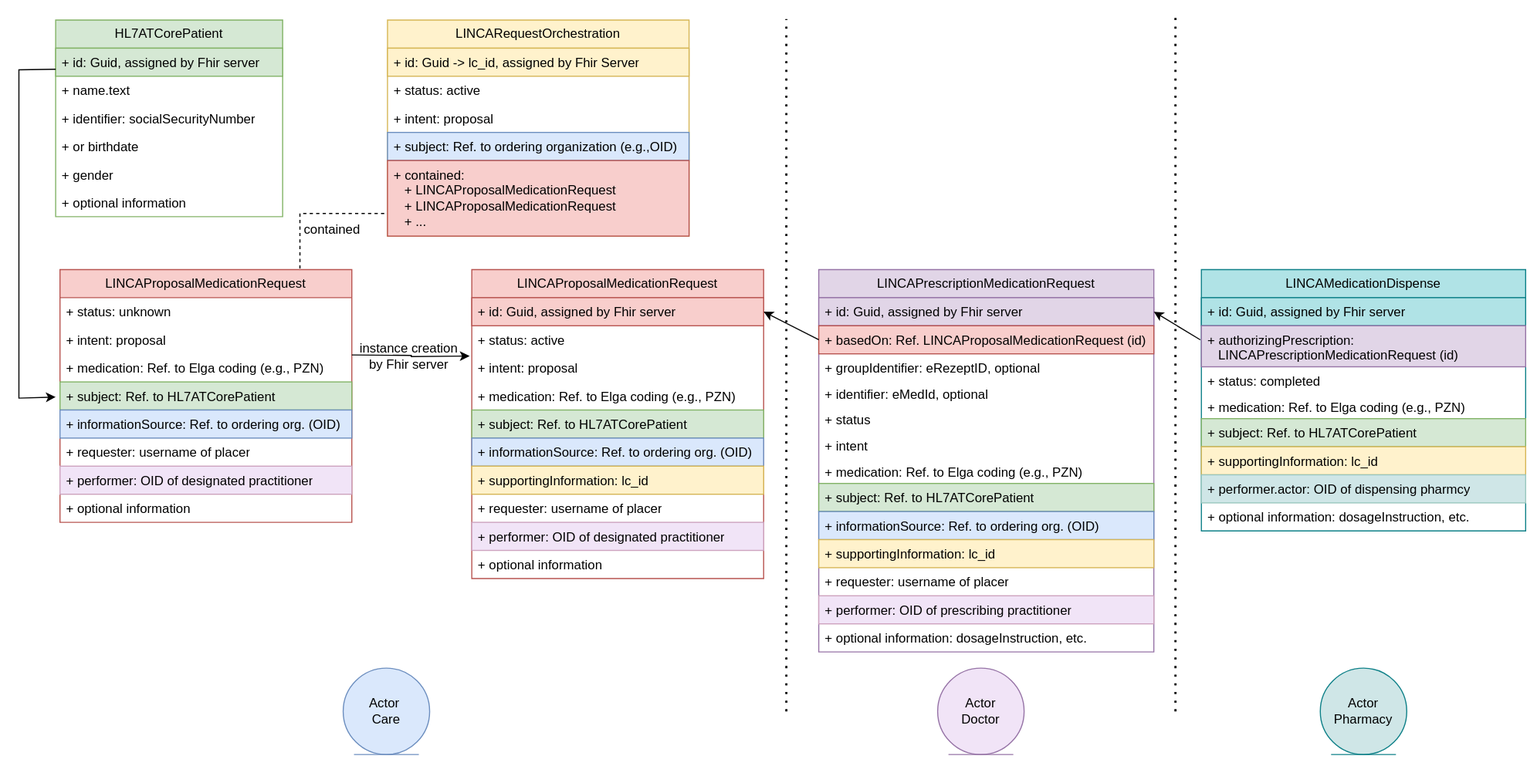
This is input/images/LINCA_resources_details.svg from HL7Austria/LinkedCare, a draw.io export, as it was before one commit. Source tidied: cells renumbered, new cells last; positions are measured from the earlier drawing's top-left corner, leaving out a move shared by most shapes.
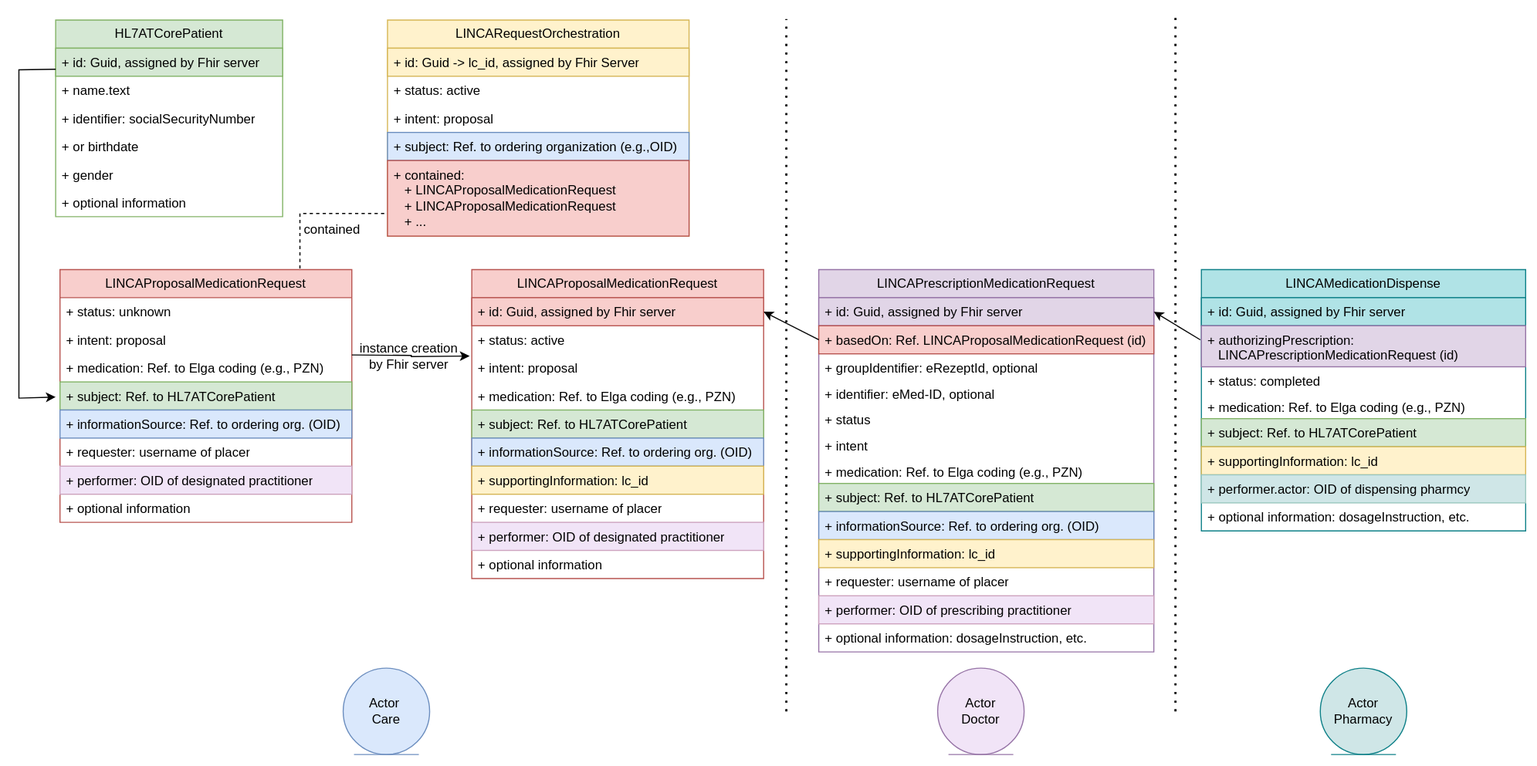
The same file after the commit.

The edit, as a diff of the source:
```diff
@@ -131,10 +131,10 @@
     <mxCell id="41" value="+ basedOn: Ref. LINCAProposalMedicationRequest (id)" style="text;strokeColor=#b85450;fillColor=#f8cecc;align=left;verticalAlign=top;spacingLeft=4;spacingRight=4;overflow=hidden;points=[[0,0.5],[1,0.5]];portConstraint=eastwest;whiteSpace=wrap;html=1;" parent="39" vertex="1">
       <mxGeometry y="52" width="310" height="26" as="geometry" />
     </mxCell>
-    <mxCell id="42" value="+ groupIdentifier: eRezeptID, optional" style="text;strokeColor=none;fillColor=none;align=left;verticalAlign=top;spacingLeft=4;spacingRight=4;overflow=hidden;whiteSpace=wrap;html=1;" parent="39" vertex="1">
+    <mxCell id="42" value="+ groupIdentifier: eRezeptId, optional" style="text;strokeColor=none;fillColor=none;align=left;verticalAlign=top;spacingLeft=4;spacingRight=4;overflow=hidden;whiteSpace=wrap;html=1;" parent="39" vertex="1">
       <mxGeometry y="78" width="310" height="24" as="geometry" />
     </mxCell>
-    <mxCell id="43" value="+ identifier: eMedId, optional" style="text;strokeColor=none;fillColor=none;align=left;verticalAlign=top;spacingLeft=4;spacingRight=4;overflow=hidden;whiteSpace=wrap;html=1;" parent="39" vertex="1">
+    <mxCell id="43" value="+ identifier: eMed-ID, optional" style="text;strokeColor=none;fillColor=none;align=left;verticalAlign=top;spacingLeft=4;spacingRight=4;overflow=hidden;whiteSpace=wrap;html=1;" parent="39" vertex="1">
       <mxGeometry y="102" width="310" height="24" as="geometry" />
     </mxCell>
     <mxCell id="44" value="+ status" style="text;strokeColor=none;fillColor=none;align=left;verticalAlign=top;spacingLeft=4;spacingRight=4;overflow=hidden;whiteSpace=wrap;html=1;" parent="39" vertex="1">
```
